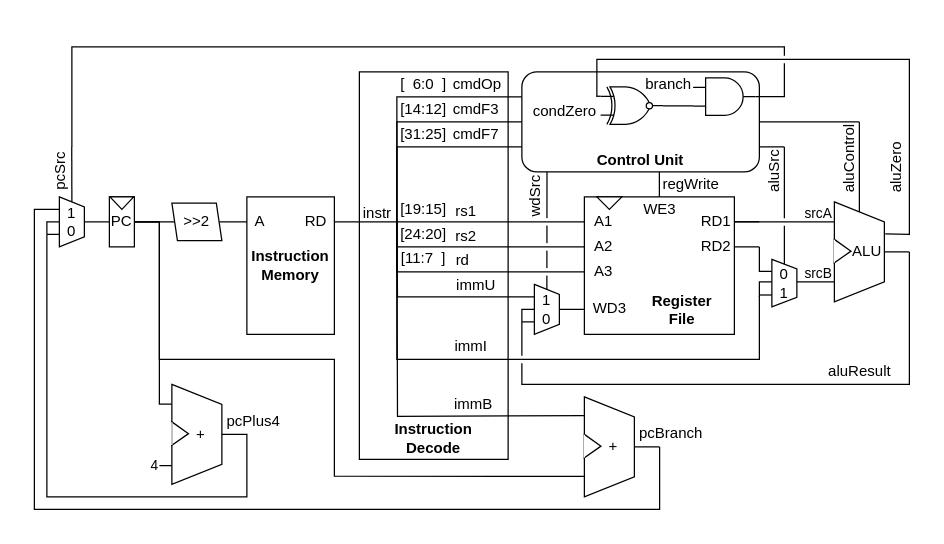
Earlier version of the draw.io diagram doc/diagram.drawio (zhelnio/schoolRISCV). Source tidied: cells renumbered, new cells numbered last; positions are measured from the earlier drawing's top-left corner, leaving out a move shared by most shapes. Both pictures are drawn from the tidied source at 125%, with x=0, y=0 at pixel (29, 46).
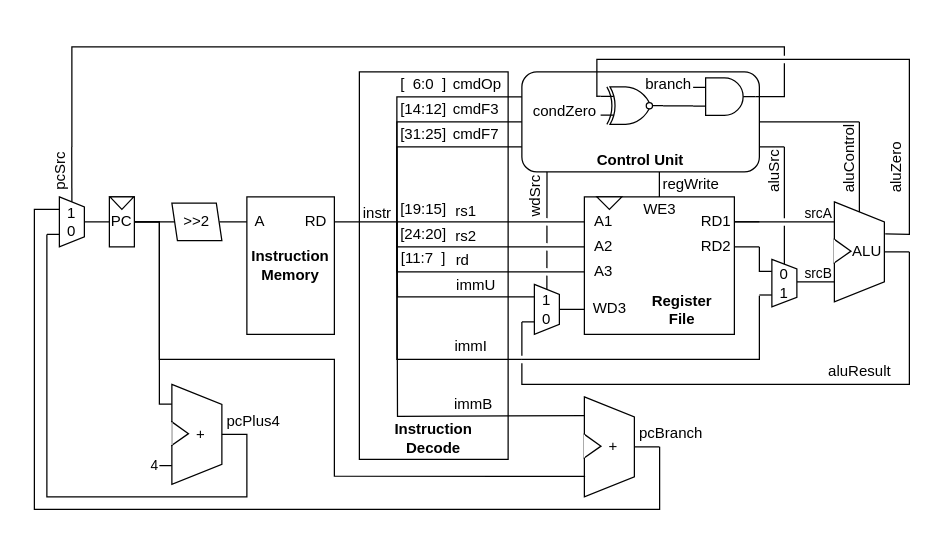
After the change.

What changed in the source:
```diff
@@
+    <mxCell id="131" parent="0" />
+    <mxCell id="132" style="rounded=0;whiteSpace=wrap;html=1;labelBackgroundColor=none;fillColor=none;strokeColor=#FFFFFF;" parent="131" vertex="1">
+      <mxGeometry x="-6" y="-20" width="720" height="400" as="geometry" />
+    </mxCell>
@@
-    <mxCell id="43" parent="0" />
-    <mxCell id="44" style="endArrow=none;html=1;strokeColor=#000000;rounded=0;" parent="43" edge="1">
-      <mxGeometry relative="1" as="geometry">
-        <mxPoint x="584" y="200" as="sourcePoint" />
-        <mxPoint x="614" y="188" as="targetPoint" />
-        <Array as="points">
-          <mxPoint x="584" y="188" />
-        </Array>
-      </mxGeometry>
-    </mxCell>
@@
-    <mxCell id="55" parent="0" />
-    <mxCell id="56" style="endArrow=none;html=1;strokeColor=#000000;rounded=0;" parent="55" edge="1">
-      <mxGeometry relative="1" as="geometry">
-        <mxPoint x="394" y="220" as="sourcePoint" />
-        <mxPoint x="424" y="210" as="targetPoint" />
-        <Array as="points">
-          <mxPoint x="394" y="210" />
-        </Array>
-      </mxGeometry>
-    </mxCell>
@@
-    <mxCell id="68" parent="0" />
-    <mxCell id="69" style="endArrow=none;html=1;strokeColor=#000000;rounded=0;" parent="68" edge="1">
-      <mxGeometry relative="1" as="geometry">
-        <mxPoint x="14" y="150" as="sourcePoint" />
-        <mxPoint x="44" y="140" as="targetPoint" />
-        <Array as="points">
-          <mxPoint x="14" y="140" />
-        </Array>
-      </mxGeometry>
-    </mxCell>
```
